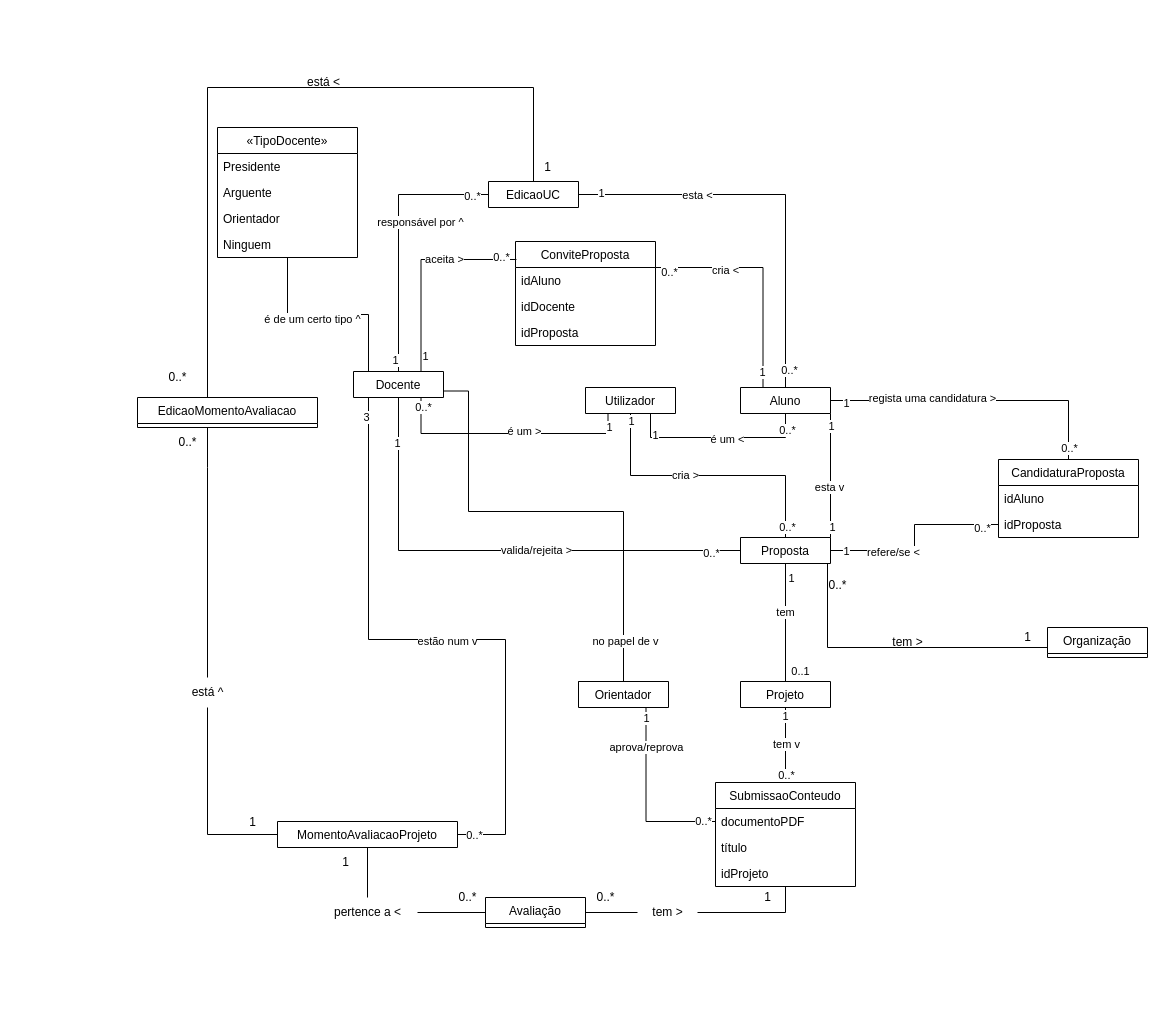
This is Diagramas Sprint 3/Nivel 1/Modelo de Dominio/Modelo de Domínio.drawio from pmartins2022/ProjetoSprint, a draw.io file, before an edit. Source tidied: cells renumbered, new cells numbered last; positions are measured from the earlier drawing's top-left corner, leaving out a move shared by most shapes. Both pictures are drawn from the tidied source at 100%, with x=0, y=0 at pixel (137, 67).
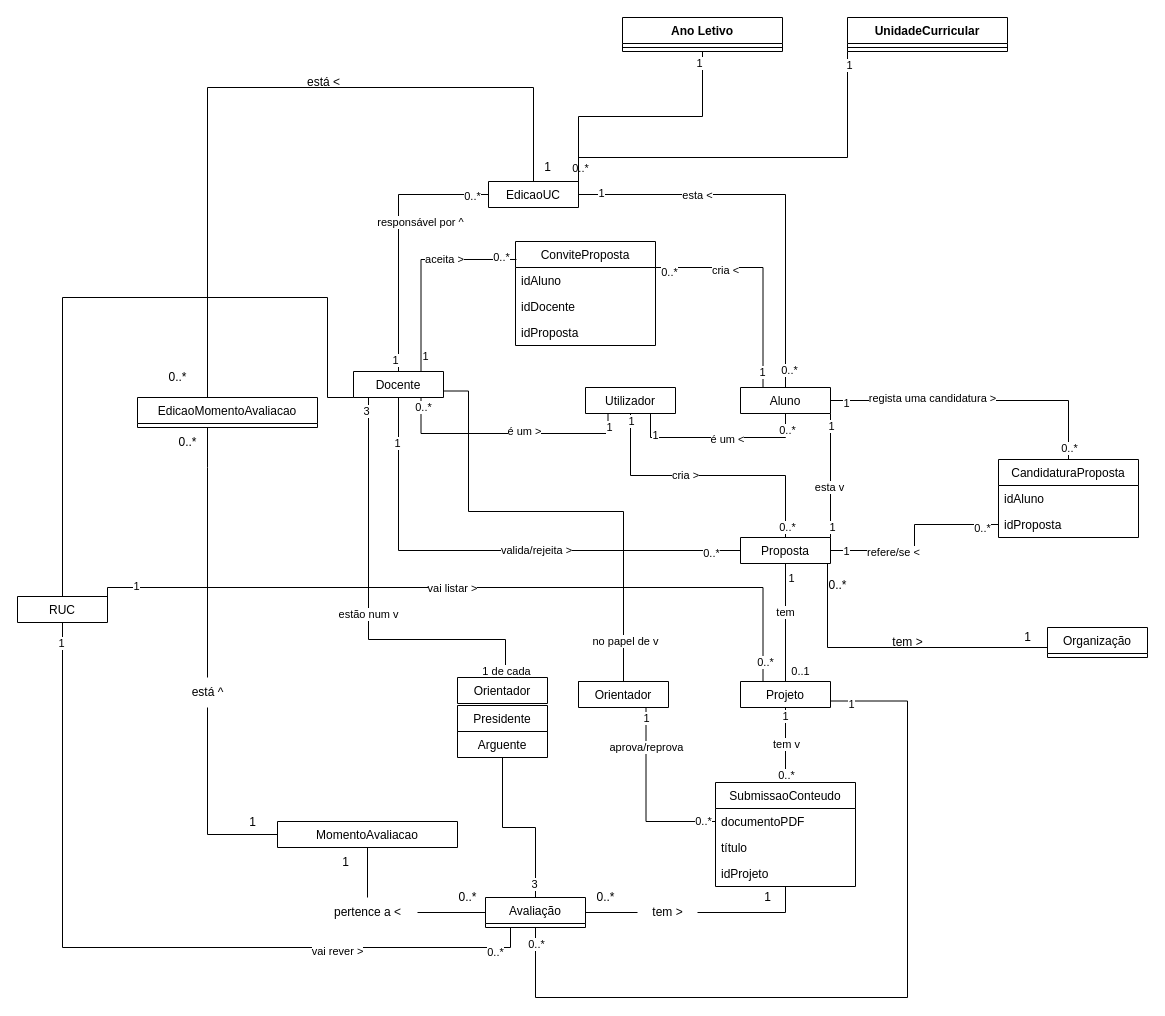
Above is the later version.

Unchanged cells that the change refers to:
```xml
<mxCell id="3" value="EdicaoUC" style="swimlane;fontStyle=0;horizontal=1;startSize=26;fillColor=none;" parent="1" vertex="1" collapsed="1">
  <mxGeometry x="351" y="114" width="90" height="26" as="geometry" />
</mxCell>
<mxCell id="19" value="Projeto" style="swimlane;fontStyle=0;horizontal=1;startSize=26;fillColor=none;" parent="1" vertex="1" collapsed="1">
  <mxGeometry x="603" y="614" width="90" height="26" as="geometry" />
</mxCell>
<mxCell id="40" value="Docente" style="swimlane;fontStyle=0;horizontal=1;startSize=26;fillColor=none;" parent="1" vertex="1" collapsed="1">
  <mxGeometry x="216" y="304" width="90" height="26" as="geometry" />
</mxCell>
<mxCell id="95" value="Avaliação" style="swimlane;fontStyle=0;horizontal=1;startSize=26;fillColor=none;" parent="1" vertex="1" collapsed="1">
  <mxGeometry x="348" y="830" width="100" height="30" as="geometry" />
</mxCell>
```

Change to the diagram source:
```diff
@@
-    <mxCell id="21" value="MomentoAvaliacaoProjeto" style="swimlane;fontStyle=0;horizontal=1;startSize=26;fillColor=none;" parent="1" vertex="1" collapsed="1">
+    <mxCell id="21" value="MomentoAvaliacao" style="swimlane;fontStyle=0;horizontal=1;startSize=26;fillColor=none;" parent="1" vertex="1" collapsed="1">
       <mxGeometry x="140" y="754" width="180" height="26" as="geometry" />
     </mxCell>
@@
-    <mxCell id="34" style="edgeStyle=orthogonalEdgeStyle;rounded=0;jettySize=auto;html=1;endArrow=none;endFill=0;" parent="1" edge="1" source="40" target="21">
+    <mxCell id="34" style="edgeStyle=orthogonalEdgeStyle;rounded=0;jettySize=auto;html=1;endArrow=none;endFill=0;entryX=0.5;entryY=0;entryDx=0;entryDy=0;" parent="1" edge="1" source="40" target="67">
       <mxGeometry relative="1" as="geometry">
         <Array as="points">
           <mxPoint x="231" y="572" />
           <mxPoint x="368" y="572" />
+          <mxPoint x="368" y="610" />
         </Array>
       </mxGeometry>
     </mxCell>
-    <mxCell id="35" value="0..*" style="edgeLabel;html=1;align=center;verticalAlign=middle;" parent="34" vertex="1">
+    <mxCell id="35" value="1 de cada" style="edgeLabel;html=1;align=center;verticalAlign=middle;" parent="34" vertex="1">
       <mxGeometry x="0.95" relative="1" as="geometry" />
     </mxCell>
@@
+    <mxCell id="117" style="edgeStyle=orthogonalEdgeStyle;rounded=0;jettySize=auto;html=1;exitX=0;exitY=1;exitDx=0;exitDy=0;entryX=0.5;entryY=0;entryDx=0;entryDy=0;endArrow=none;endFill=0;" parent="1" edge="1" source="40" target="141">
+      <mxGeometry relative="1" as="geometry">
+        <Array as="points">
+          <mxPoint x="190" y="330" />
+          <mxPoint x="190" y="230" />
+          <mxPoint x="-75" y="230" />
+        </Array>
+      </mxGeometry>
+    </mxCell>
@@
-    <mxCell id="62" style="edgeStyle=orthogonalEdgeStyle;rounded=0;jettySize=auto;html=1;endArrow=none;endFill=0;" parent="1" edge="1" source="64" target="40">
-      <mxGeometry relative="1" as="geometry">
-        <Array as="points">
-          <mxPoint x="150" y="247" />
-          <mxPoint x="231" y="247" />
-        </Array>
-      </mxGeometry>
-    </mxCell>
-    <mxCell id="63" value="é de um certo tipo ^" style="edgeLabel;html=1;align=center;verticalAlign=middle;" parent="62" vertex="1">
-      <mxGeometry x="-0.17" y="-4" relative="1" as="geometry" />
-    </mxCell>
-    <mxCell id="64" value="«TipoDocente»" style="swimlane;fontStyle=0;horizontal=1;startSize=26;fillColor=none;" parent="1" vertex="1">
-      <mxGeometry x="80" y="60" width="140" height="130" as="geometry" />
-    </mxCell>
-    <mxCell id="65" value="Presidente" style="text;strokeColor=none;fillColor=none;align=left;verticalAlign=top;spacingLeft=4;spacingRight=4;overflow=hidden;" parent="64" vertex="1">
-      <mxGeometry y="26" width="140" height="26" as="geometry" />
-    </mxCell>
-    <mxCell id="66" value="Arguente" style="text;strokeColor=none;fillColor=none;align=left;verticalAlign=top;spacingLeft=4;spacingRight=4;overflow=hidden;points=[[0,0.5],[1,0.5]];portConstraint=eastwest;" parent="64" vertex="1">
-      <mxGeometry y="52" width="140" height="26" as="geometry" />
-    </mxCell>
-    <mxCell id="67" value="Orientador" style="text;strokeColor=none;fillColor=none;align=left;verticalAlign=top;spacingLeft=4;spacingRight=4;overflow=hidden;points=[[0,0.5],[1,0.5]];portConstraint=eastwest;" parent="64" vertex="1">
-      <mxGeometry y="78" width="140" height="26" as="geometry" />
-    </mxCell>
-    <mxCell id="68" value="Ninguem" style="text;strokeColor=none;fillColor=none;align=left;verticalAlign=top;spacingLeft=4;spacingRight=4;overflow=hidden;" parent="64" vertex="1">
-      <mxGeometry y="104" width="140" height="26" as="geometry" />
-    </mxCell>
@@
+    <mxCell id="118" style="edgeStyle=orthogonalEdgeStyle;rounded=0;jettySize=auto;html=1;exitX=0.5;exitY=1;exitDx=0;exitDy=0;entryX=1;entryY=0.75;entryDx=0;entryDy=0;endArrow=none;endFill=0;" parent="1" edge="1" source="95" target="19">
+      <mxGeometry relative="1" as="geometry">
+        <Array as="points">
+          <mxPoint x="398" y="930" />
+          <mxPoint x="770" y="930" />
+          <mxPoint x="770" y="634" />
+        </Array>
+      </mxGeometry>
+    </mxCell>
+    <mxCell id="119" value="0..*" style="edgeLabel;html=1;align=center;verticalAlign=middle;" parent="118" vertex="1">
+      <mxGeometry x="-0.96" relative="1" as="geometry" />
+    </mxCell>
+    <mxCell id="120" value="1" style="edgeLabel;html=1;align=center;verticalAlign=middle;" parent="118" vertex="1">
+      <mxGeometry x="0.95" y="3" relative="1" as="geometry" />
+    </mxCell>
@@
     <mxCell id="96" value="0..*" style="text;html=1;align=center;verticalAlign=middle;strokeColor=none;fillColor=none;" parent="1" vertex="1">
-      <mxGeometry x="310" y="815" width="40" height="30" as="geometry" />
+      <mxGeometry x="315" y="820" width="30" height="20" as="geometry" />
     </mxCell>
@@
+    <mxCell id="121" style="edgeStyle=orthogonalEdgeStyle;rounded=0;jettySize=auto;html=1;exitX=0.5;exitY=1;exitDx=0;exitDy=0;entryX=1;entryY=0;entryDx=0;entryDy=0;strokeColor=none;endArrow=none;endFill=0;" parent="1" edge="1" source="125" target="3">
+      <mxGeometry relative="1" as="geometry" />
+    </mxCell>
+    <mxCell id="122" style="edgeStyle=orthogonalEdgeStyle;rounded=0;jettySize=auto;html=1;exitX=0.5;exitY=1;exitDx=0;exitDy=0;entryX=1;entryY=0;entryDx=0;entryDy=0;endArrow=none;endFill=0;" parent="1" edge="1" source="125" target="3">
+      <mxGeometry relative="1" as="geometry" />
+    </mxCell>
+    <mxCell id="123" value="1" style="edgeLabel;html=1;align=center;verticalAlign=middle;" parent="122" vertex="1">
+      <mxGeometry x="-0.91" y="-4" relative="1" as="geometry" />
+    </mxCell>
+    <mxCell id="124" value="0..*" style="edgeLabel;html=1;align=center;verticalAlign=middle;" parent="122" vertex="1">
+      <mxGeometry x="0.89" y="1" relative="1" as="geometry" />
+    </mxCell>
+    <mxCell id="125" value="Ano Letivo" style="swimlane;fontStyle=1;align=center;verticalAlign=top;horizontal=1;startSize=26;" parent="1" vertex="1">
+      <mxGeometry x="485" y="-50" width="160" height="34" as="geometry" />
+    </mxCell>
+    <mxCell id="126" style="line;strokeWidth=1;fillColor=none;align=left;verticalAlign=middle;spacingTop=-1;spacingLeft=3;spacingRight=3;labelPosition=right;" parent="125" vertex="1">
+      <mxGeometry y="26" width="160" height="8" as="geometry" />
+    </mxCell>
+    <mxCell id="127" style="edgeStyle=orthogonalEdgeStyle;rounded=0;jettySize=auto;html=1;exitX=0;exitY=1;exitDx=0;exitDy=0;entryX=1;entryY=0;entryDx=0;entryDy=0;endArrow=none;endFill=0;" parent="1" edge="1" source="129" target="3">
+      <mxGeometry relative="1" as="geometry">
+        <Array as="points">
+          <mxPoint x="710" y="90" />
+          <mxPoint x="441" y="90" />
+        </Array>
+      </mxGeometry>
+    </mxCell>
+    <mxCell id="128" value="1" style="edgeLabel;html=1;align=center;verticalAlign=middle;" parent="127" vertex="1">
+      <mxGeometry x="-0.93" y="1" relative="1" as="geometry" />
+    </mxCell>
+    <mxCell id="129" value="UnidadeCurricular" style="swimlane;fontStyle=1;align=center;verticalAlign=top;horizontal=1;startSize=26;" parent="1" vertex="1">
+      <mxGeometry x="710" y="-50" width="160" height="34" as="geometry" />
+    </mxCell>
+    <mxCell id="130" style="line;strokeWidth=1;fillColor=none;align=left;verticalAlign=middle;spacingTop=-1;spacingLeft=3;spacingRight=3;labelPosition=right;" parent="129" vertex="1">
+      <mxGeometry y="26" width="160" height="8" as="geometry" />
+    </mxCell>
+    <mxCell id="67" value="Orientador" style="swimlane;fontStyle=0;horizontal=1;startSize=26;fillColor=none;" parent="1" vertex="1" collapsed="1">
+      <mxGeometry x="320" y="610" width="90" height="26" as="geometry" />
+    </mxCell>
+    <mxCell id="65" value="Presidente" style="swimlane;fontStyle=0;horizontal=1;startSize=26;fillColor=none;" parent="1" vertex="1" collapsed="1">
+      <mxGeometry x="320" y="638" width="90" height="26" as="geometry" />
+    </mxCell>
+    <mxCell id="131" style="edgeStyle=orthogonalEdgeStyle;rounded=0;jettySize=auto;html=1;exitX=0.5;exitY=1;exitDx=0;exitDy=0;entryX=0.5;entryY=0;entryDx=0;entryDy=0;endArrow=none;endFill=0;" parent="1" edge="1" source="66" target="95">
+      <mxGeometry relative="1" as="geometry" />
+    </mxCell>
+    <mxCell id="132" value="3" style="edgeLabel;html=1;align=center;verticalAlign=middle;" parent="131" vertex="1">
+      <mxGeometry x="0.84" y="-2" relative="1" as="geometry" />
+    </mxCell>
+    <mxCell id="66" value="Arguente" style="swimlane;fontStyle=0;horizontal=1;startSize=26;fillColor=none;" parent="1" vertex="1" collapsed="1">
+      <mxGeometry x="320" y="664" width="90" height="26" as="geometry" />
+    </mxCell>
+    <mxCell id="133" style="edgeStyle=orthogonalEdgeStyle;rounded=0;jettySize=auto;html=1;exitX=1;exitY=0.5;exitDx=0;exitDy=0;entryX=0.25;entryY=0;entryDx=0;entryDy=0;endArrow=none;endFill=0;" parent="1" edge="1" source="141" target="19">
+      <mxGeometry relative="1" as="geometry">
+        <Array as="points">
+          <mxPoint x="-30" y="520" />
+          <mxPoint x="625" y="520" />
+        </Array>
+      </mxGeometry>
+    </mxCell>
+    <mxCell id="134" value="vai listar &amp;gt;" style="edgeLabel;html=1;align=center;verticalAlign=middle;" parent="133" vertex="1">
+      <mxGeometry x="-0.05" relative="1" as="geometry" />
+    </mxCell>
+    <mxCell id="135" value="0..*" style="edgeLabel;html=1;align=center;verticalAlign=middle;" parent="133" vertex="1">
+      <mxGeometry x="0.95" y="2" relative="1" as="geometry" />
+    </mxCell>
+    <mxCell id="136" value="1" style="edgeLabel;html=1;align=center;verticalAlign=middle;" parent="133" vertex="1">
+      <mxGeometry x="-0.87" y="2" relative="1" as="geometry" />
+    </mxCell>
+    <mxCell id="137" style="edgeStyle=orthogonalEdgeStyle;rounded=0;jettySize=auto;html=1;exitX=0.5;exitY=1;exitDx=0;exitDy=0;entryX=0.25;entryY=1;entryDx=0;entryDy=0;endArrow=none;endFill=0;" parent="1" edge="1" source="141" target="95">
+      <mxGeometry relative="1" as="geometry" />
+    </mxCell>
+    <mxCell id="138" value="vai rever &amp;gt;" style="edgeLabel;html=1;align=center;verticalAlign=middle;" parent="137" vertex="1">
+      <mxGeometry x="0.51" y="-3" relative="1" as="geometry" />
+    </mxCell>
+    <mxCell id="139" value="0..*" style="edgeLabel;html=1;align=center;verticalAlign=middle;" parent="137" vertex="1">
+      <mxGeometry x="0.91" y="-4" relative="1" as="geometry" />
+    </mxCell>
+    <mxCell id="140" value="1" style="edgeLabel;html=1;align=center;verticalAlign=middle;" parent="137" vertex="1">
+      <mxGeometry x="-0.95" y="-2" relative="1" as="geometry" />
+    </mxCell>
+    <mxCell id="141" value="RUC" style="swimlane;fontStyle=0;horizontal=1;startSize=26;fillColor=none;" parent="1" vertex="1" collapsed="1">
+      <mxGeometry x="-120" y="529" width="90" height="26" as="geometry" />
+    </mxCell>
```
